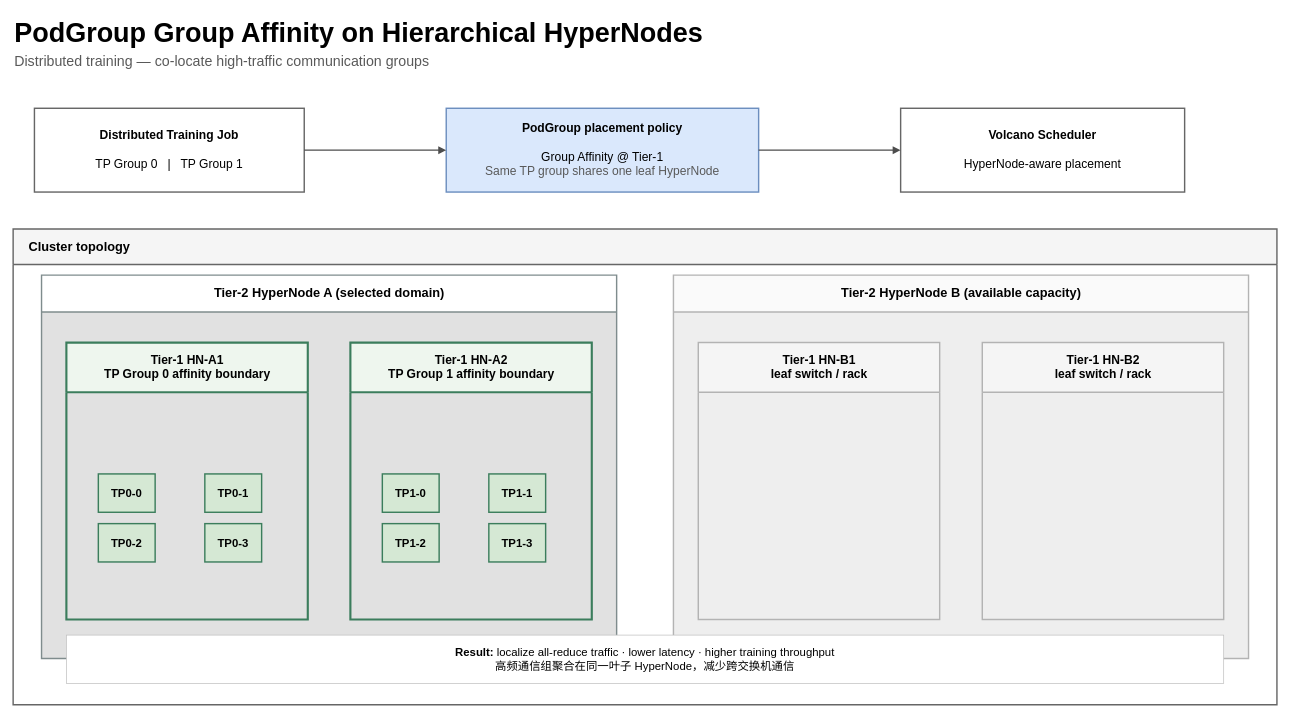
The draw.io diagram docs/images/network-topology/podgroup-affinity-hypernode.drawio in JesseStutler/volcano, before the edit. Source tidied: cells renumbered, new cells numbered last; positions are measured from the earlier drawing's top-left corner, leaving out a move shared by most shapes. Both pictures are drawn from the tidied source at 71%, with x=0, y=0 at pixel (13, 12).
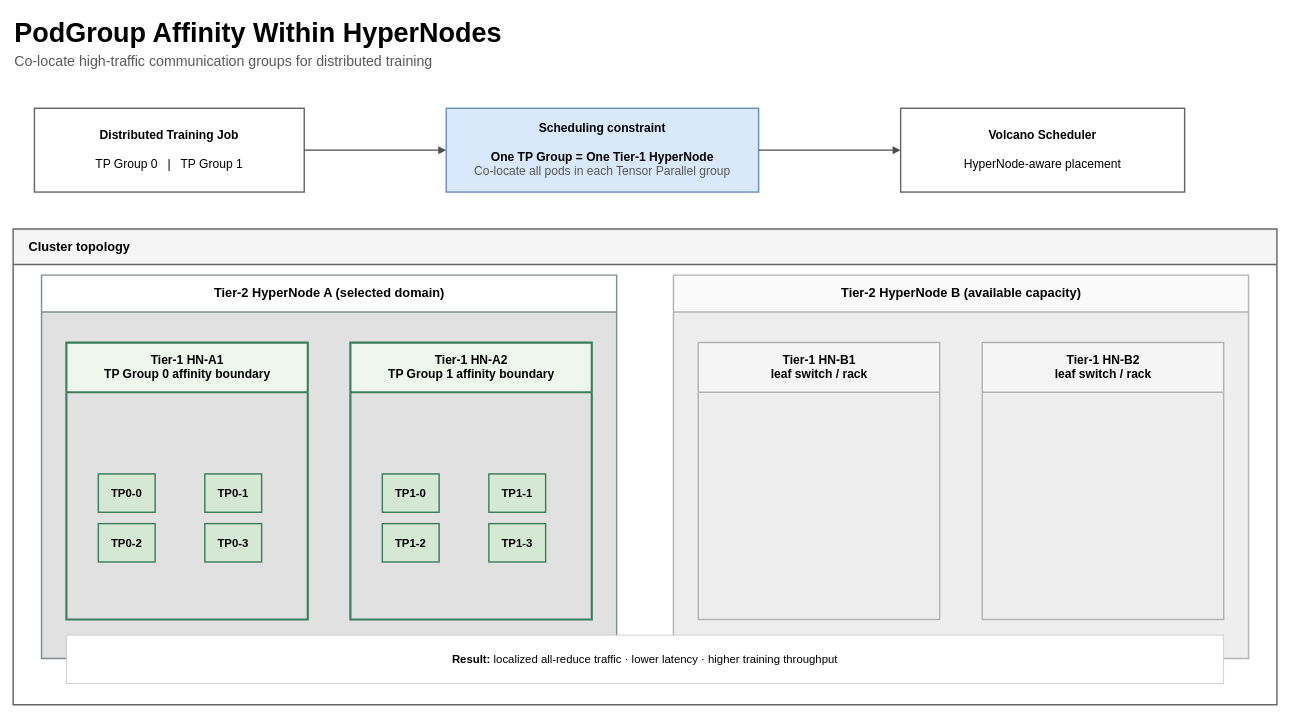
Above is the later version.

Commit message (it also covers changes not shown here):
docs: clarify PodGroup topology diagrams

What changed in the source:
```diff
@@
-    <mxCell id="2" value="PodGroup Group Affinity on Hierarchical HyperNodes" style="text;html=1;strokeColor=none;fillColor=none;align=left;fontSize=38;fontStyle=1;" parent="1" vertex="1">
+    <mxCell id="2" value="PodGroup Affinity Within HyperNodes" style="text;html=1;strokeColor=none;fillColor=none;align=left;fontSize=38;fontStyle=1;" parent="1" vertex="1">
       <mxGeometry width="1100" height="50" as="geometry" />
     </mxCell>
-    <mxCell id="3" value="Distributed training — co-locate high-traffic communication groups" style="text;html=1;strokeColor=none;fillColor=none;align=left;fontSize=20;fontColor=#595959;" parent="1" vertex="1">
+    <mxCell id="3" value="Co-locate high-traffic communication groups for distributed training" style="text;html=1;strokeColor=none;fillColor=none;align=left;fontSize=20;fontColor=#595959;" parent="1" vertex="1">
       <mxGeometry y="50" width="1100" height="35" as="geometry" />
     </mxCell>
@@
-    <mxCell id="5" value="&lt;b&gt;PodGroup placement policy&lt;/b&gt;&lt;br&gt;&lt;br&gt;Group Affinity @ Tier-1&lt;br&gt;&lt;font color=&quot;#595959&quot;&gt;Same TP group shares one leaf HyperNode&lt;/font&gt;" style="rounded=0;whiteSpace=wrap;html=1;fillColor=#dae8fc;strokeColor=#6c8ebf;strokeWidth=2;fontSize=17;" parent="1" vertex="1">
+    <mxCell id="5" value="&lt;b&gt;Scheduling constraint&lt;/b&gt;&lt;br&gt;&lt;br&gt;&lt;b&gt;One TP Group = One Tier-1 HyperNode&lt;/b&gt;&lt;br&gt;&lt;font color=&quot;#595959&quot;&gt;Co-locate all pods in each Tensor Parallel group&lt;/font&gt;" style="rounded=0;whiteSpace=wrap;html=1;fillColor=#dae8fc;strokeColor=#6c8ebf;strokeWidth=2;fontSize=17;" parent="1" vertex="1">
       <mxGeometry x="610" y="135" width="440" height="118" as="geometry" />
     </mxCell>
@@
-    <mxCell id="24" value="&lt;b&gt;Result:&lt;/b&gt; localize all-reduce traffic · lower latency · higher training throughput&lt;br&gt;高频通信组聚合在同一叶子 HyperNode，减少跨交换机通信" style="rounded=0;whiteSpace=wrap;html=1;fillColor=#ffffff;strokeColor=#bfbfbf;fontSize=16;" parent="1" vertex="1">
+    <mxCell id="24" value="&lt;b&gt;Result:&lt;/b&gt; localized all-reduce traffic · lower latency · higher training throughput" style="rounded=0;whiteSpace=wrap;html=1;fillColor=#ffffff;strokeColor=#bfbfbf;fontSize=16;" parent="1" vertex="1">
       <mxGeometry x="75" y="877" width="1630" height="68" as="geometry" />
     </mxCell>
```
